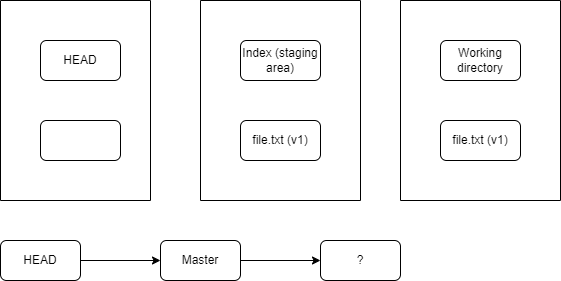
Before: img/git/git3.png, a diagram exported from draw.io (riehseun/riehseun.github.io). Source tidied: cells renumbered, new cells last; positions are measured from the earlier drawing's top-left corner, leaving out a move shared by most shapes.
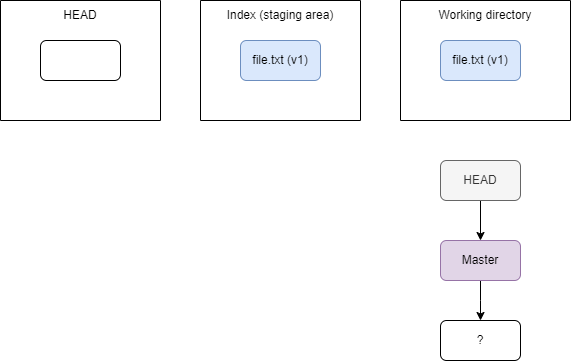
After the change.

Change to the diagram source:
```diff
@@ -2,47 +2,49 @@
   <root>
     <mxCell id="0" />
     <mxCell id="1" parent="0" />
-    <mxCell id="2" value="HEAD" style="rounded=1;whiteSpace=wrap;html=1;" parent="1" vertex="1">
-      <mxGeometry x="40" y="40" width="80" height="40" as="geometry" />
-    </mxCell>
     <mxCell id="3" style="swimlane;startSize=0;" parent="1" vertex="1">
-      <mxGeometry width="150" height="200" as="geometry" />
+      <mxGeometry width="160" height="120" as="geometry" />
     </mxCell>
     <mxCell id="4" style="rounded=1;whiteSpace=wrap;html=1;" parent="3" vertex="1">
-      <mxGeometry x="40" y="120" width="80" height="40" as="geometry" />
+      <mxGeometry x="40" y="40" width="80" height="40" as="geometry" />
     </mxCell>
+    <mxCell id="16" value="HEAD" style="text;html=1;align=center;verticalAlign=middle;whiteSpace=wrap;rounded=0;" parent="3" vertex="1">
+      <mxGeometry width="160" height="30" as="geometry" />
+    </mxCell>
     <mxCell id="5" style="swimlane;startSize=0;" parent="1" vertex="1">
-      <mxGeometry x="200" width="160" height="200" as="geometry" />
+      <mxGeometry x="200" width="160" height="120" as="geometry" />
     </mxCell>
+    <mxCell id="7" value="file.txt (v1&lt;span style=&quot;background-color: initial;&quot;&gt;)&lt;/span&gt;" style="rounded=1;whiteSpace=wrap;html=1;fillColor=#dae8fc;strokeColor=#6c8ebf;" parent="5" vertex="1">
+      <mxGeometry x="40" y="40" width="80" height="40" as="geometry" />
+    </mxCell>
-    <mxCell id="6" value="Index (staging area)" style="rounded=1;whiteSpace=wrap;html=1;" parent="5" vertex="1">
-      <mxGeometry x="40" y="40" width="80" height="40" as="geometry" />
+    <mxCell id="6" value="Index (staging area)" style="text;html=1;align=center;verticalAlign=middle;whiteSpace=wrap;rounded=0;" parent="5" vertex="1">
+      <mxGeometry width="160" height="30" as="geometry" />
     </mxCell>
-    <mxCell id="7" value="file.txt (v1)" style="rounded=1;whiteSpace=wrap;html=1;" parent="5" vertex="1">
-      <mxGeometry x="40" y="120" width="80" height="40" as="geometry" />
-    </mxCell>
     <mxCell id="8" style="swimlane;startSize=0;" parent="1" vertex="1">
-      <mxGeometry x="400" width="160" height="200" as="geometry" />
+      <mxGeometry x="400" width="170" height="120" as="geometry" />
     </mxCell>
+    <mxCell id="10" value="file.txt (v1)" style="rounded=1;whiteSpace=wrap;html=1;fillColor=#dae8fc;strokeColor=#6c8ebf;" parent="8" vertex="1">
+      <mxGeometry x="40" y="40" width="80" height="40" as="geometry" />
+    </mxCell>
-    <mxCell id="9" value="Working directory" style="rounded=1;whiteSpace=wrap;html=1;" parent="8" vertex="1">
-      <mxGeometry x="40" y="40" width="80" height="40" as="geometry" />
+    <mxCell id="9" value="Working directory" style="text;html=1;align=center;verticalAlign=middle;whiteSpace=wrap;rounded=0;" parent="8" vertex="1">
+      <mxGeometry width="170" height="30" as="geometry" />
     </mxCell>
-    <mxCell id="10" value="file.txt (v1)" style="rounded=1;whiteSpace=wrap;html=1;" parent="8" vertex="1">
-      <mxGeometry x="40" y="120" width="80" height="40" as="geometry" />
-    </mxCell>
-    <mxCell id="11" style="edgeStyle=orthogonalEdgeStyle;rounded=0;jettySize=auto;html=1;exitX=1;exitY=0.5;exitDx=0;exitDy=0;entryX=0;entryY=0.5;entryDx=0;entryDy=0;" parent="1" edge="1" source="12" target="14">
-      <mxGeometry relative="1" as="geometry" />
-    </mxCell>
-    <mxCell id="12" value="HEAD" style="rounded=1;whiteSpace=wrap;html=1;" parent="1" vertex="1">
-      <mxGeometry y="240" width="80" height="40" as="geometry" />
-    </mxCell>
-    <mxCell id="13" style="edgeStyle=orthogonalEdgeStyle;rounded=0;jettySize=auto;html=1;exitX=1;exitY=0.5;exitDx=0;exitDy=0;entryX=0;entryY=0.5;entryDx=0;entryDy=0;" parent="1" edge="1" source="14" target="15">
-      <mxGeometry relative="1" as="geometry" />
-    </mxCell>
+    <mxCell id="17" style="edgeStyle=orthogonalEdgeStyle;rounded=0;jettySize=auto;html=1;exitX=0.5;exitY=1;exitDx=0;exitDy=0;entryX=0.5;entryY=0;entryDx=0;entryDy=0;" parent="1" edge="1" source="18" target="14">
+      <mxGeometry relative="1" as="geometry" />
+    </mxCell>
+    <mxCell id="18" value="HEAD" style="rounded=1;whiteSpace=wrap;html=1;fillColor=#f5f5f5;fontColor=#333333;strokeColor=#666666;" parent="1" vertex="1">
+      <mxGeometry x="440" y="160" width="80" height="40" as="geometry" />
+    </mxCell>
+    <mxCell id="19" style="edgeStyle=orthogonalEdgeStyle;rounded=0;jettySize=auto;html=1;exitX=0.5;exitY=1;exitDx=0;exitDy=0;entryX=0.5;entryY=0;entryDx=0;entryDy=0;" parent="1" edge="1" source="14">
+      <mxGeometry relative="1" as="geometry">
+        <mxPoint x="480" y="320" as="targetPoint" />
+      </mxGeometry>
+    </mxCell>
-    <mxCell id="14" value="Master" style="rounded=1;whiteSpace=wrap;html=1;" parent="1" vertex="1">
-      <mxGeometry x="160" y="240" width="80" height="40" as="geometry" />
+    <mxCell id="14" value="Master" style="rounded=1;whiteSpace=wrap;html=1;fillColor=#e1d5e7;strokeColor=#9673a6;" parent="1" vertex="1">
+      <mxGeometry x="440" y="240" width="80" height="40" as="geometry" />
     </mxCell>
     <mxCell id="15" value="?" style="rounded=1;whiteSpace=wrap;html=1;" parent="1" vertex="1">
-      <mxGeometry x="320" y="240" width="80" height="40" as="geometry" />
+      <mxGeometry x="440" y="320" width="80" height="40" as="geometry" />
     </mxCell>
   </root>
 </mxGraphModel>
```
